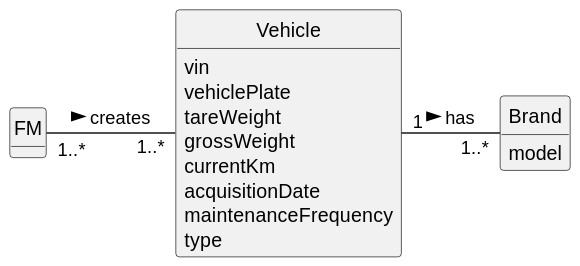
ricardomm7/leaflink keeps this PlantUML diagram as docs/sprintA/us006/02.analysis/svg/us006-domain-model.svg. Above is the earlier version.
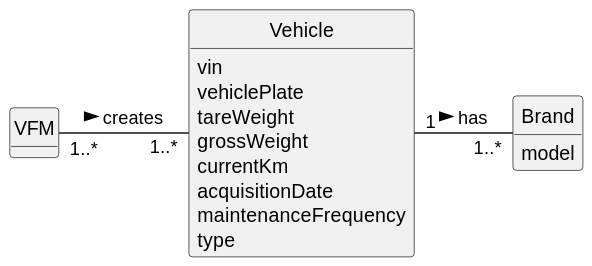
Above is the later version.

Diff of the diagram source:
```diff
@@ -9,7 +9,7 @@
 hide circle
 hide methods
 
-class FM {
+class VFM {
 }
 
 class Vehicle {
@@ -27,6 +27,6 @@
 model
 }
 
-FM "1..*" - "1..*" Vehicle : creates  >
+VFM "1..*" - "1..*" Vehicle : creates  >
 Vehicle "1" - "1..*" Brand : has >
 @enduml
```
